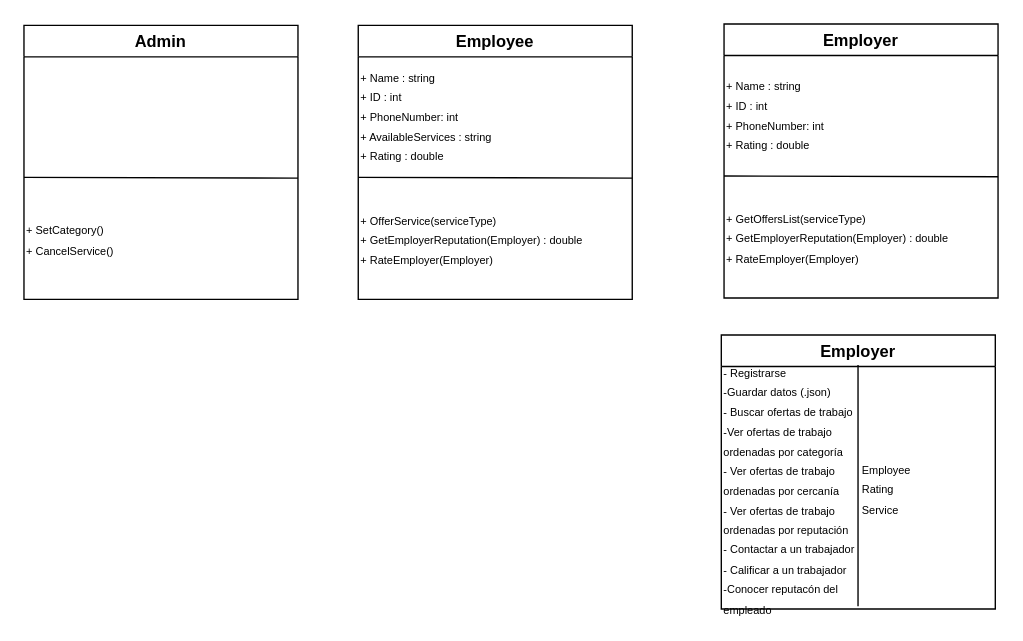
Above: Diagrama UML.drawio in charlis96/Proyecto_Chatbot (draw.io), before the change. Source tidied: cells renumbered, new cells numbered last; positions are measured from the earlier drawing's top-left corner, leaving out a move shared by most shapes. Both pictures are drawn from the tidied source at 137%, with x=0, y=0 at pixel (23, 23).
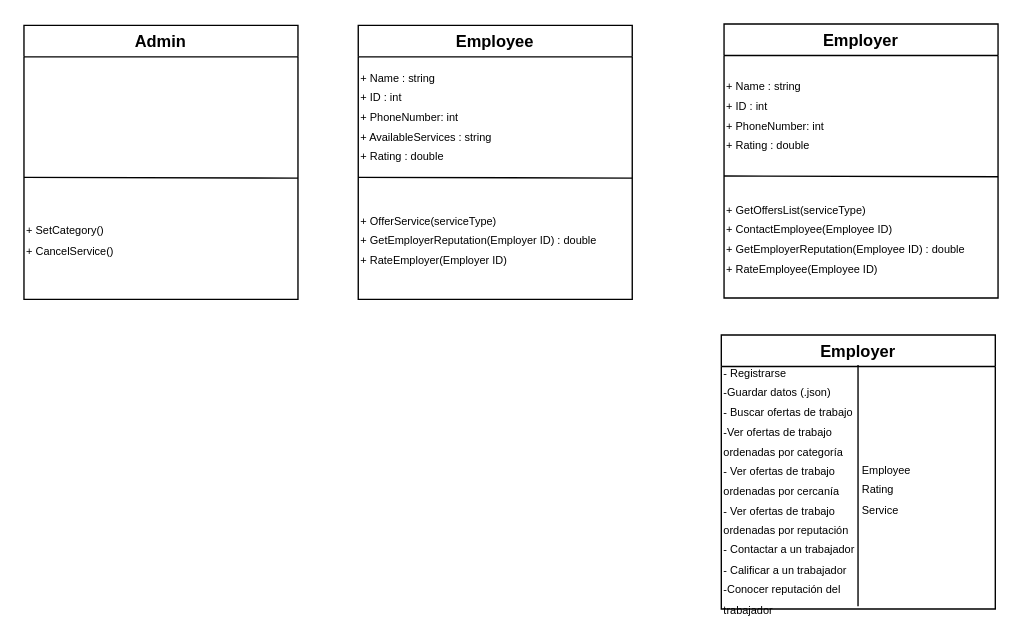
The same diagram, later.

Unchanged cells that the change refers to:
```xml
<mxCell id="5" value="Employee" style="swimlane;" parent="1" vertex="1">
  <mxGeometry x="244" y="1" width="200" height="200" as="geometry" />
</mxCell>
<mxCell id="9" value="Employer" style="swimlane;" parent="1" vertex="1">
  <mxGeometry x="511" width="200" height="200" as="geometry" />
</mxCell>
<mxCell id="13" value="Employer" style="swimlane;" parent="1" vertex="1">
  <mxGeometry x="509" y="227" width="200" height="200" as="geometry" />
</mxCell>
```

What changed in the source:
```diff
@@
-    <mxCell id="7" value="&lt;span style=&quot;font-size: 8px&quot;&gt;+ OfferService(serviceType)&lt;br&gt;+ GetEmployerReputation(Employer) : double&lt;br&gt;+ RateEmployer(Employer)&lt;br&gt;&lt;/span&gt;" style="text;html=1;strokeColor=none;fillColor=none;align=left;verticalAlign=middle;whiteSpace=wrap;rounded=0;" parent="5" vertex="1">
+    <mxCell id="7" value="&lt;span style=&quot;font-size: 8px&quot;&gt;+ OfferService(serviceType)&lt;br&gt;+ GetEmployerReputation(Employer ID) : double&lt;br&gt;+ RateEmployer(Employer ID)&lt;br&gt;&lt;/span&gt;" style="text;html=1;strokeColor=none;fillColor=none;align=left;verticalAlign=middle;whiteSpace=wrap;rounded=0;" parent="5" vertex="1">
       <mxGeometry y="112" width="200" height="88" as="geometry" />
     </mxCell>
@@
-    <mxCell id="11" value="&lt;span style=&quot;font-size: 8px&quot;&gt;+ GetOffersList(serviceType)&lt;br&gt;+ GetEmployerReputation(Employer) : double&lt;br&gt;+ RateEmployer(Employer)&lt;br&gt;&lt;/span&gt;" style="text;html=1;strokeColor=none;fillColor=none;align=left;verticalAlign=middle;whiteSpace=wrap;rounded=0;" parent="9" vertex="1">
+    <mxCell id="11" value="&lt;span style=&quot;font-size: 8px&quot;&gt;+ GetOffersList(serviceType)&lt;br&gt;+ ContactEmployee(Employee ID)&lt;br&gt;+ GetEmployerReputation(Employee ID) : double&lt;br&gt;+ RateEmployee(Employee ID)&lt;br&gt;&lt;/span&gt;" style="text;html=1;strokeColor=none;fillColor=none;align=left;verticalAlign=middle;whiteSpace=wrap;rounded=0;" parent="9" vertex="1">
       <mxGeometry y="112" width="200" height="88" as="geometry" />
     </mxCell>
@@
-    <mxCell id="15" value="&lt;span style=&quot;font-size: 8px&quot;&gt;- Registrarse&lt;br&gt;-&lt;/span&gt;&lt;span style=&quot;font-size: 8px&quot;&gt;Guardar datos (.json)&lt;/span&gt;&lt;span style=&quot;font-size: 8px&quot;&gt;&lt;br&gt;- Buscar ofertas de trabajo&lt;br&gt;&lt;/span&gt;&lt;span style=&quot;font-size: 8px&quot;&gt;-Ver ofertas de trabajo ordenadas por categoría&lt;/span&gt;&lt;br style=&quot;font-size: 8px&quot;&gt;&lt;span style=&quot;font-size: 8px&quot;&gt;- Ver ofertas de trabajo ordenadas por cercanía&lt;br&gt;-&lt;/span&gt;&lt;span style=&quot;font-size: 8px&quot;&gt;&amp;nbsp;Ver ofertas de trabajo ordenadas por reputación&lt;br&gt;&lt;/span&gt;&lt;span style=&quot;font-size: 8px&quot;&gt;- Contactar a un trabajador&lt;br&gt;- Calificar a un trabajador&lt;br&gt;-Conocer reputacón del empleado&lt;br&gt;&lt;/span&gt;" style="text;html=1;strokeColor=none;fillColor=none;align=left;verticalAlign=middle;whiteSpace=wrap;rounded=0;" parent="13" vertex="1">
+    <mxCell id="15" value="&lt;span style=&quot;font-size: 8px&quot;&gt;- Registrarse&lt;br&gt;-&lt;/span&gt;&lt;span style=&quot;font-size: 8px&quot;&gt;Guardar datos (.json)&lt;/span&gt;&lt;span style=&quot;font-size: 8px&quot;&gt;&lt;br&gt;- Buscar ofertas de trabajo&lt;br&gt;&lt;/span&gt;&lt;span style=&quot;font-size: 8px&quot;&gt;-Ver ofertas de trabajo ordenadas por categoría&lt;/span&gt;&lt;br style=&quot;font-size: 8px&quot;&gt;&lt;span style=&quot;font-size: 8px&quot;&gt;- Ver ofertas de trabajo ordenadas por cercanía&lt;br&gt;-&lt;/span&gt;&lt;span style=&quot;font-size: 8px&quot;&gt;&amp;nbsp;Ver ofertas de trabajo ordenadas por reputación&lt;br&gt;&lt;/span&gt;&lt;span style=&quot;font-size: 8px&quot;&gt;- Contactar a un trabajador&lt;br&gt;- Calificar a un trabajador&lt;br&gt;-Conocer reputación del trabajador&lt;br&gt;&lt;/span&gt;" style="text;html=1;strokeColor=none;fillColor=none;align=left;verticalAlign=middle;whiteSpace=wrap;rounded=0;" parent="13" vertex="1">
       <mxGeometry y="34" width="99" height="157" as="geometry" />
     </mxCell>
```
